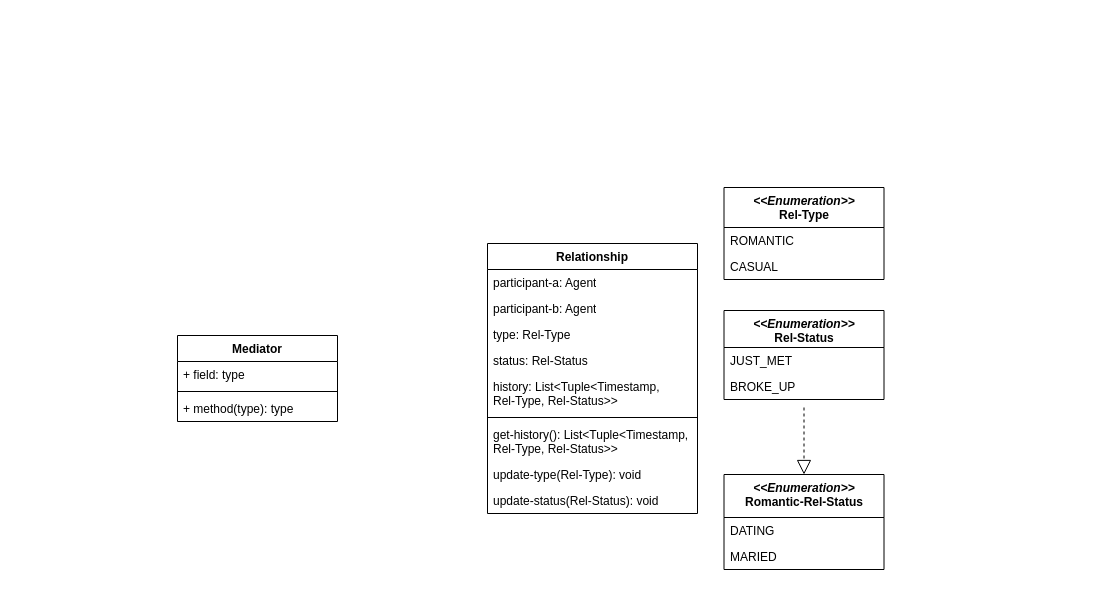
Above: page "Mediator" (3 of 8) of M01 Venus/docs/figures/Class Diagram.drawio in KCyrusNF/Dyad-Epistemics (draw.io), before the change. Source tidied: cells renumbered, new cells numbered last; positions are measured from the earlier drawing's top-left corner, leaving out a move shared by most shapes. Both pictures are drawn from the tidied source at 100%, with x=0, y=0 at pixel (177, 187).
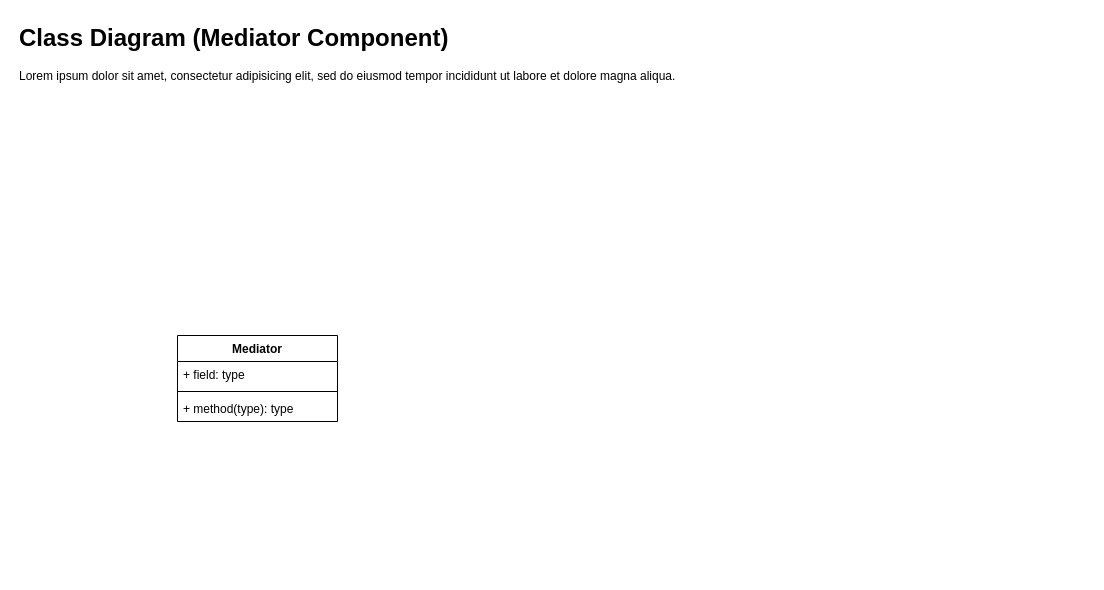
The same page after the edit.

Commit message (it also covers changes not shown here):
Expand and refine class diagram architecture

- implement major structural additions
- improve core system architecture
- refine model relationships and responsibilities
- continue development of UML design

The edit, as a diff of the source:
```diff
@@
-    <mxCell id="6" value="Relationship" style="swimlane;fontStyle=1;align=center;verticalAlign=top;horizontal=1;startSize=26;whiteSpace=wrap;html=1;" parent="1" vertex="1">
-      <mxGeometry x="310" y="56" width="210" height="270" as="geometry" />
-    </mxCell>
-    <mxCell id="7" value="participant-a: Agent" style="text;strokeColor=none;fillColor=none;align=left;verticalAlign=top;spacingLeft=4;spacingRight=4;overflow=hidden;whiteSpace=wrap;html=1;" parent="6" vertex="1">
-      <mxGeometry y="26" width="210" height="26" as="geometry" />
-    </mxCell>
-    <mxCell id="8" value="participant-b: Agent" style="text;strokeColor=none;fillColor=none;align=left;verticalAlign=top;spacingLeft=4;spacingRight=4;overflow=hidden;whiteSpace=wrap;html=1;" parent="6" vertex="1">
-      <mxGeometry y="52" width="210" height="26" as="geometry" />
-    </mxCell>
-    <mxCell id="9" value="type: Rel-Type" style="text;strokeColor=none;fillColor=none;align=left;verticalAlign=top;spacingLeft=4;spacingRight=4;overflow=hidden;whiteSpace=wrap;html=1;" parent="6" vertex="1">
-      <mxGeometry y="78" width="210" height="26" as="geometry" />
-    </mxCell>
-    <mxCell id="10" value="status: Rel-Status" style="text;strokeColor=none;fillColor=none;align=left;verticalAlign=top;spacingLeft=4;spacingRight=4;overflow=hidden;whiteSpace=wrap;html=1;" parent="6" vertex="1">
-      <mxGeometry y="104" width="210" height="26" as="geometry" />
-    </mxCell>
-    <mxCell id="11" value="&lt;div&gt;history: List&amp;lt;Tuple&amp;lt;Timestamp,&lt;/div&gt;&lt;div&gt;Rel-Type, Rel-Status&amp;gt;&amp;gt;&lt;/div&gt;" style="text;strokeColor=none;fillColor=none;align=left;verticalAlign=top;spacingLeft=4;spacingRight=4;overflow=hidden;whiteSpace=wrap;html=1;" parent="6" vertex="1">
-      <mxGeometry y="130" width="210" height="40" as="geometry" />
-    </mxCell>
-    <mxCell id="12" style="line;strokeWidth=1;fillColor=none;align=left;verticalAlign=middle;spacingTop=-1;spacingLeft=3;spacingRight=3;labelPosition=right;strokeColor=inherit;" parent="6" vertex="1">
-      <mxGeometry y="170" width="210" height="8" as="geometry" />
-    </mxCell>
-    <mxCell id="13" value="get-history(): List&amp;lt;Tuple&amp;lt;Timestamp,&lt;div&gt;Rel-Type, Rel-Status&amp;gt;&amp;gt;&lt;/div&gt;" style="text;strokeColor=none;fillColor=none;align=left;verticalAlign=top;spacingLeft=4;spacingRight=4;overflow=hidden;whiteSpace=wrap;html=1;" parent="6" vertex="1">
-      <mxGeometry y="178" width="210" height="40" as="geometry" />
-    </mxCell>
-    <mxCell id="14" value="update-type(Rel-Type): void" style="text;strokeColor=none;fillColor=none;align=left;verticalAlign=top;spacingLeft=4;spacingRight=4;overflow=hidden;whiteSpace=wrap;html=1;" parent="6" vertex="1">
-      <mxGeometry y="218" width="210" height="26" as="geometry" />
-    </mxCell>
-    <mxCell id="15" value="update-status(Rel-Status): void" style="text;strokeColor=none;fillColor=none;align=left;verticalAlign=top;spacingLeft=4;spacingRight=4;overflow=hidden;whiteSpace=wrap;html=1;" parent="6" vertex="1">
-      <mxGeometry y="244" width="210" height="26" as="geometry" />
-    </mxCell>
-    <mxCell id="16" value="&lt;i&gt;&amp;lt;&amp;lt;Enumeration&amp;gt;&amp;gt;&lt;/i&gt;&lt;div&gt;Rel-Status&lt;/div&gt;" style="swimlane;fontStyle=1;align=center;verticalAlign=top;horizontal=1;startSize=37;whiteSpace=wrap;html=1;" parent="1" vertex="1">
-      <mxGeometry x="546.5" y="123" width="160" height="89" as="geometry" />
-    </mxCell>
-    <mxCell id="17" value="JUST_MET" style="text;strokeColor=none;fillColor=none;align=left;verticalAlign=top;spacingLeft=4;spacingRight=4;overflow=hidden;whiteSpace=wrap;html=1;" parent="16" vertex="1">
-      <mxGeometry y="37" width="160" height="26" as="geometry" />
-    </mxCell>
-    <mxCell id="18" value="BROKE_UP" style="text;strokeColor=none;fillColor=none;align=left;verticalAlign=top;spacingLeft=4;spacingRight=4;overflow=hidden;whiteSpace=wrap;html=1;" parent="16" vertex="1">
-      <mxGeometry y="63" width="160" height="26" as="geometry" />
-    </mxCell>
-    <mxCell id="19" value="&lt;i&gt;&amp;lt;&amp;lt;Enumeration&amp;gt;&amp;gt;&lt;/i&gt;&lt;div&gt;Romantic-Rel-Status&lt;/div&gt;" style="swimlane;fontStyle=1;align=center;verticalAlign=top;horizontal=1;startSize=43;whiteSpace=wrap;html=1;" parent="1" vertex="1">
-      <mxGeometry x="546.5" y="287" width="160" height="95" as="geometry" />
-    </mxCell>
-    <mxCell id="20" value="DATING" style="text;strokeColor=none;fillColor=none;align=left;verticalAlign=top;spacingLeft=4;spacingRight=4;overflow=hidden;whiteSpace=wrap;html=1;" parent="19" vertex="1">
-      <mxGeometry y="43" width="160" height="26" as="geometry" />
-    </mxCell>
-    <mxCell id="21" value="MARIED" style="text;strokeColor=none;fillColor=none;align=left;verticalAlign=top;spacingLeft=4;spacingRight=4;overflow=hidden;whiteSpace=wrap;html=1;" parent="19" vertex="1">
-      <mxGeometry y="69" width="160" height="26" as="geometry" />
-    </mxCell>
-    <mxCell id="22" style="endArrow=block;dashed=1;endFill=0;endSize=12;html=1;rounded=0;entryX=0.5;entryY=0;entryDx=0;entryDy=0;" parent="1" edge="1" target="19">
-      <mxGeometry relative="1" as="geometry">
-        <mxPoint x="626.5" y="220" as="sourcePoint" />
-      </mxGeometry>
-    </mxCell>
-    <mxCell id="23" value="&lt;i&gt;&amp;lt;&amp;lt;Enumeration&amp;gt;&amp;gt;&lt;/i&gt;&lt;div&gt;Rel-Type&lt;/div&gt;" style="swimlane;fontStyle=1;align=center;verticalAlign=top;horizontal=1;startSize=40;whiteSpace=wrap;html=1;" parent="1" vertex="1">
-      <mxGeometry x="546.5" width="160" height="92" as="geometry" />
-    </mxCell>
-    <mxCell id="24" value="ROMANTIC" style="text;strokeColor=none;fillColor=none;align=left;verticalAlign=top;spacingLeft=4;spacingRight=4;overflow=hidden;whiteSpace=wrap;html=1;" parent="23" vertex="1">
-      <mxGeometry y="40" width="160" height="26" as="geometry" />
-    </mxCell>
-    <mxCell id="25" value="CASUAL" style="text;strokeColor=none;fillColor=none;align=left;verticalAlign=top;spacingLeft=4;spacingRight=4;overflow=hidden;whiteSpace=wrap;html=1;" parent="23" vertex="1">
-      <mxGeometry y="66" width="160" height="26" as="geometry" />
-    </mxCell>
+    <mxCell id="26" value="&lt;h1 style=&quot;margin-top: 0px;&quot;&gt;Class Diagram (Mediator Component)&lt;/h1&gt;&lt;p&gt;Lorem ipsum dolor sit amet, consectetur adipisicing elit, sed do eiusmod tempor incididunt ut labore et dolore magna aliqua.&lt;/p&gt;" style="text;html=1;whiteSpace=wrap;overflow=hidden;rounded=0;" parent="1" vertex="1">
+      <mxGeometry x="-160" y="-170" width="1070" height="120" as="geometry" />
+    </mxCell>
```
